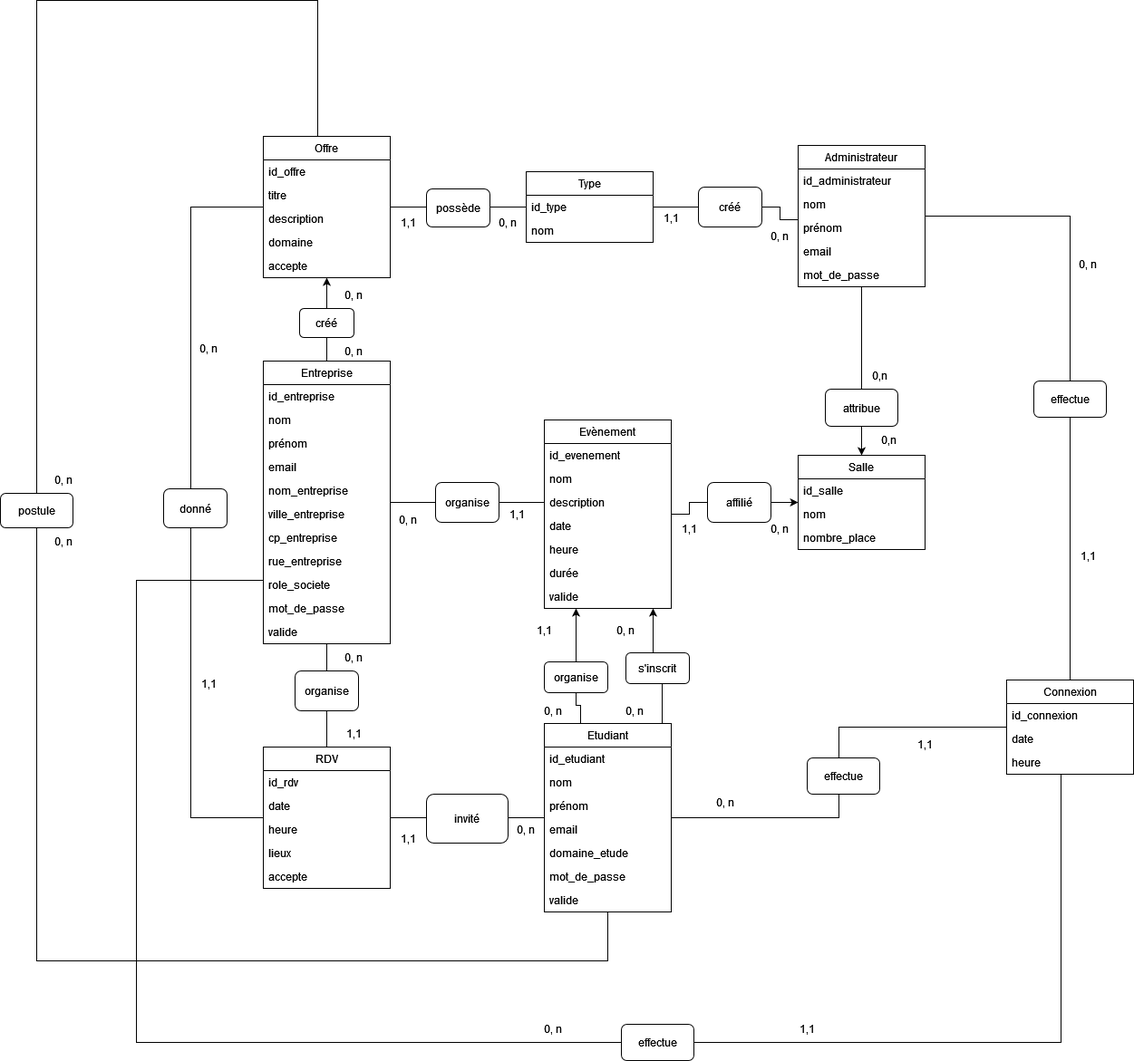
Above: MCD_ProjetLPRS.png in anais015/ProjetLprs7 (draw.io), before the change. Source tidied: cells renumbered, new cells last; positions are measured from the earlier drawing's top-left corner, leaving out a move shared by most shapes.
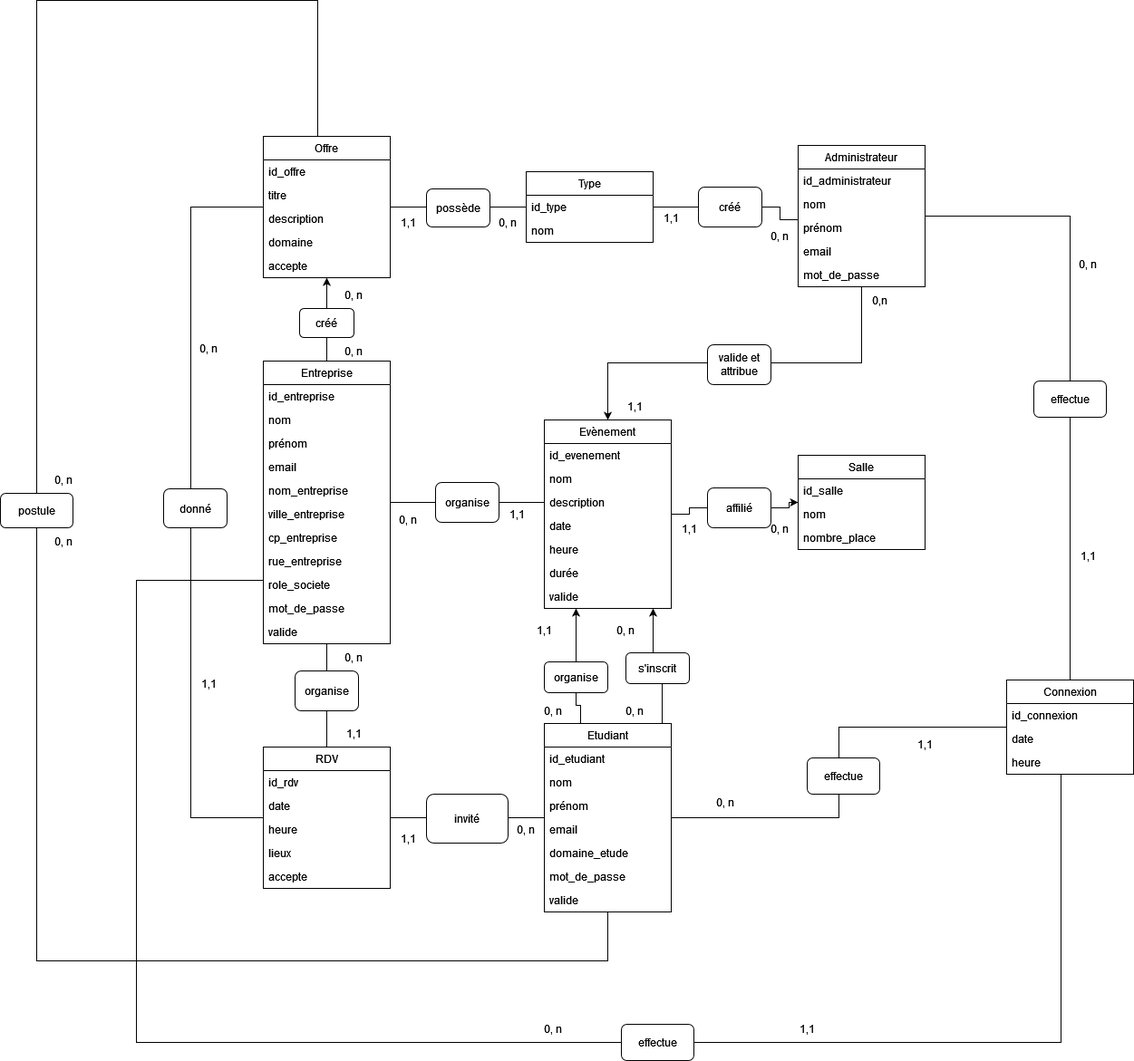
The same file after the commit.

Commit message:
Modification des MCD et MLD vers Liaison Admin-Event

The edit, as a diff of the source:
```diff
@@ -132,8 +132,12 @@
     <mxCell id="38" value="valide" style="text;strokeColor=none;fillColor=none;align=left;verticalAlign=top;spacingLeft=4;spacingRight=4;overflow=hidden;" parent="31" vertex="1">
       <mxGeometry y="182" width="140" height="26" as="geometry" />
     </mxCell>
-    <mxCell id="39" style="edgeStyle=orthogonalEdgeStyle;rounded=0;jettySize=auto;html=1;" parent="1" edge="1" source="41" target="47">
-      <mxGeometry relative="1" as="geometry" />
+    <mxCell id="39" style="edgeStyle=orthogonalEdgeStyle;rounded=0;jettySize=auto;html=1;startArrow=none;" parent="1" edge="1" source="127" target="31">
+      <mxGeometry relative="1" as="geometry">
+        <Array as="points">
+          <mxPoint x="670" y="400" />
+        </Array>
+      </mxGeometry>
     </mxCell>
     <mxCell id="40" style="edgeStyle=orthogonalEdgeStyle;rounded=0;jettySize=auto;html=1;endArrow=none;endFill=0;" parent="1" edge="1" source="41" target="68">
       <mxGeometry relative="1" as="geometry" />
@@ -252,7 +256,7 @@
       <mxGeometry x="540" y="552" width="60" height="30" as="geometry" />
     </mxCell>
     <mxCell id="77" value="affilié" style="rounded=1;whiteSpace=wrap;html=1;" parent="1" vertex="1">
-      <mxGeometry x="780" y="532" width="70" height="44" as="geometry" />
+      <mxGeometry x="780" y="538" width="70" height="44" as="geometry" />
     </mxCell>
     <mxCell id="78" style="edgeStyle=orthogonalEdgeStyle;rounded=0;jettySize=auto;html=1;endArrow=none;" parent="1" edge="1" source="31" target="77">
       <mxGeometry relative="1" as="geometry" />
@@ -295,14 +299,11 @@
         <mxPoint x="640" y="798" as="sourcePoint" />
       </mxGeometry>
     </mxCell>
-    <mxCell id="89" value="attribue" style="rounded=1;whiteSpace=wrap;html=1;" parent="1" vertex="1">
-      <mxGeometry x="910" y="429" width="80" height="41" as="geometry" />
-    </mxCell>
-    <mxCell id="90" value="0,n" style="text;html=1;strokeColor=none;fillColor=none;align=center;verticalAlign=middle;whiteSpace=wrap;rounded=0;" parent="1" vertex="1">
-      <mxGeometry x="940" y="399" width="60" height="30" as="geometry" />
+    <mxCell id="90" value="1,1" style="text;html=1;strokeColor=none;fillColor=none;align=center;verticalAlign=middle;whiteSpace=wrap;rounded=0;" parent="1" vertex="1">
+      <mxGeometry x="670" y="433" width="60" height="30" as="geometry" />
     </mxCell>
     <mxCell id="91" value="0,n" style="text;html=1;strokeColor=none;fillColor=none;align=center;verticalAlign=middle;whiteSpace=wrap;rounded=0;" parent="1" vertex="1">
-      <mxGeometry x="950" y="470" width="60" height="30" as="geometry" />
+      <mxGeometry x="940" y="316" width="60" height="30" as="geometry" />
     </mxCell>
     <mxCell id="92" value="0, n" style="text;html=1;strokeColor=none;fillColor=none;align=center;verticalAlign=middle;whiteSpace=wrap;rounded=0;" parent="1" vertex="1">
       <mxGeometry x="360" y="310" width="60" height="30" as="geometry" />
@@ -418,5 +419,18 @@
     <mxCell id="126" value="0, n" style="text;html=1;strokeColor=none;fillColor=none;align=center;verticalAlign=middle;whiteSpace=wrap;rounded=0;" parent="1" vertex="1">
       <mxGeometry x="40" y="514" width="60" height="30" as="geometry" />
     </mxCell>
+    <mxCell id="127" value="valide et attribue" style="rounded=1;whiteSpace=wrap;html=1;" parent="1" vertex="1">
+      <mxGeometry x="780" y="380" width="70" height="44" as="geometry" />
+    </mxCell>
+    <mxCell id="128" style="edgeStyle=orthogonalEdgeStyle;rounded=0;jettySize=auto;html=1;endArrow=none;" parent="1" edge="1" source="41" target="127">
+      <mxGeometry relative="1" as="geometry">
+        <Array as="points">
+          <mxPoint x="950" y="400" />
+        </Array>
+      </mxGeometry>
+    </mxCell>
+    <mxCell id="129" style="edgeStyle=orthogonalEdgeStyle;rounded=0;orthogonalLoop=1;jettySize=auto;html=1;exitX=0.5;exitY=1;exitDx=0;exitDy=0;" parent="1" edge="1" source="90" target="90">
+      <mxGeometry relative="1" as="geometry" />
+    </mxCell>
   </root>
 </mxGraphModel>
```
